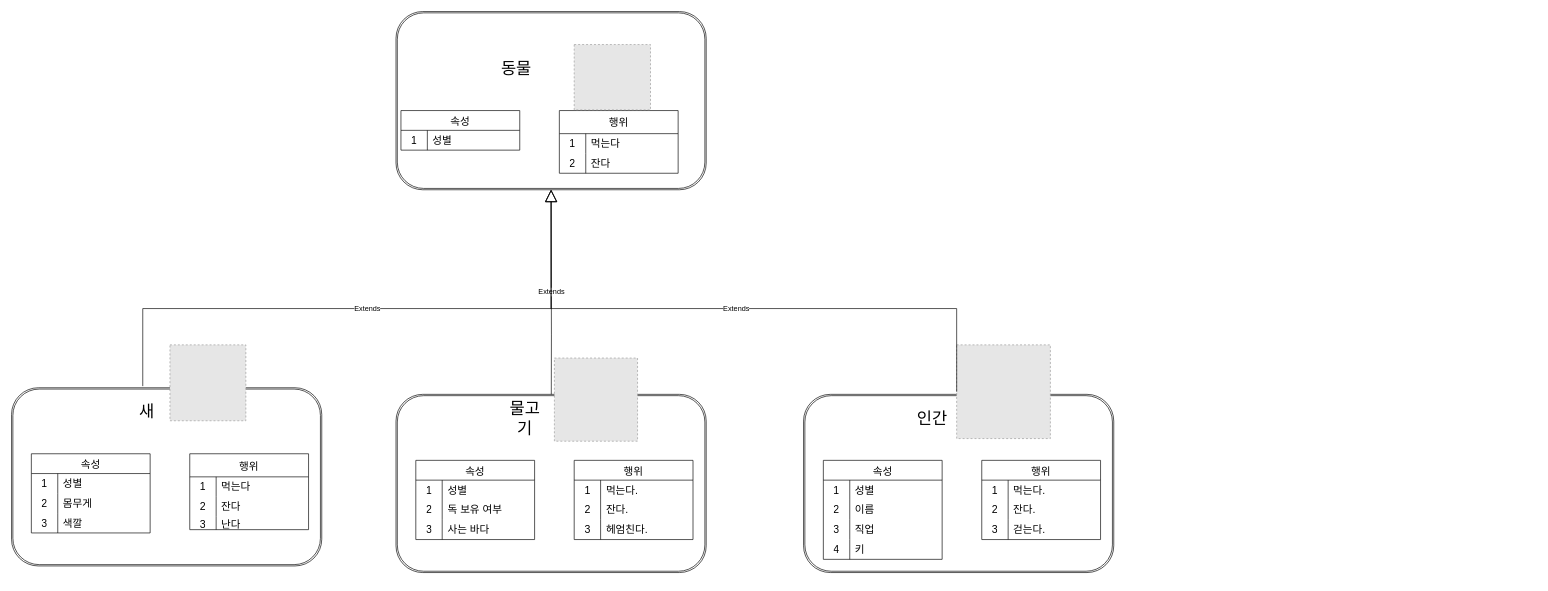
Biewoom/SuperCodingText keeps this draw.io diagram as page "Page-1" (1 of 6) of Untitled Diagram.drawio. Above is the earlier version. Source tidied: cells renumbered, new cells numbered last; positions are measured from the earlier drawing's top-left corner, leaving out a move shared by most shapes. Both pictures are drawn from the tidied source at 66%, with x=0, y=0 at pixel (11, 11). Pictures stored in the file or linked from it are replaced by grey dashed boxes.
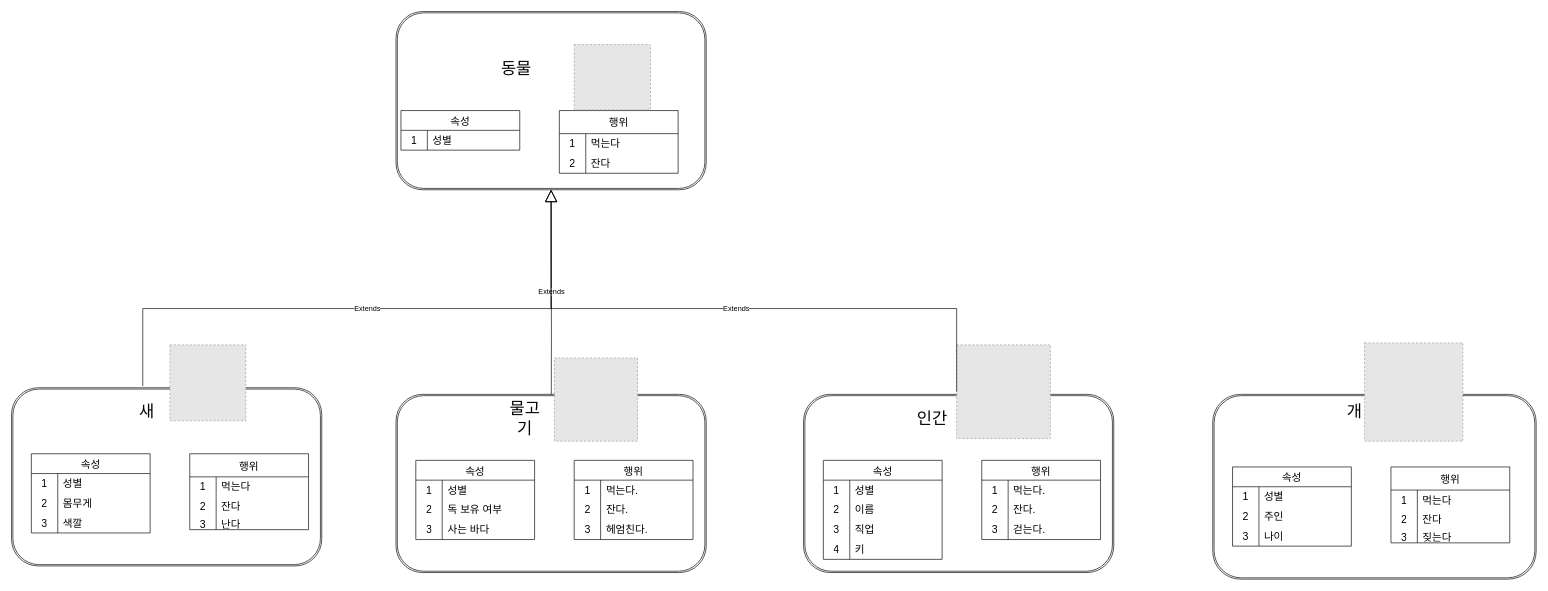
Above is the later version.

Change to the diagram source:
```diff
@@
+    <mxCell id="91" style="shape=ext;double=1;rounded=1;whiteSpace=wrap;html=1;" parent="1" vertex="1">
+      <mxGeometry x="1820" y="580" width="490" height="280" as="geometry" />
+    </mxCell>
+    <mxCell id="92" value="속성" style="shape=table;startSize=30;childLayout=tableLayout;rowLines=0;fontStyle=0;strokeColor=default;fontSize=16;" parent="1" vertex="1">
+      <mxGeometry x="1850" y="690" width="180" height="120" as="geometry" />
+    </mxCell>
+    <mxCell id="93" style="shape=tableRow;horizontal=0;startSize=0;swimlaneHead=0;swimlaneBody=0;top=0;left=0;bottom=0;right=0;fillColor=none;strokeColor=inherit;fontSize=16;" parent="92" vertex="1">
+      <mxGeometry y="30" width="180" height="30" as="geometry" />
+    </mxCell>
+    <mxCell id="94" value="1" style="shape=partialRectangle;html=1;whiteSpace=wrap;fillColor=none;top=0;left=0;bottom=0;right=0;overflow=hidden;strokeColor=inherit;fontSize=16;" parent="93" vertex="1">
+      <mxGeometry width="40" height="30" as="geometry" />
+    </mxCell>
+    <mxCell id="95" value="성별" style="shape=partialRectangle;html=1;whiteSpace=wrap;fillColor=none;top=0;left=0;bottom=0;right=0;align=left;spacingLeft=6;overflow=hidden;strokeColor=inherit;fontSize=16;" parent="93" vertex="1">
+      <mxGeometry x="40" width="140" height="30" as="geometry" />
+    </mxCell>
+    <mxCell id="96" style="shape=tableRow;horizontal=0;startSize=0;swimlaneHead=0;swimlaneBody=0;top=0;left=0;bottom=0;right=0;fillColor=none;strokeColor=inherit;fontSize=16;" parent="92" vertex="1">
+      <mxGeometry y="60" width="180" height="30" as="geometry" />
+    </mxCell>
+    <mxCell id="97" value="2" style="shape=partialRectangle;html=1;whiteSpace=wrap;fillColor=none;top=0;left=0;bottom=0;right=0;overflow=hidden;strokeColor=inherit;fontSize=16;" parent="96" vertex="1">
+      <mxGeometry width="40" height="30" as="geometry" />
+    </mxCell>
+    <mxCell id="98" value="주인" style="shape=partialRectangle;html=1;whiteSpace=wrap;fillColor=none;top=0;left=0;bottom=0;right=0;align=left;spacingLeft=6;overflow=hidden;strokeColor=inherit;fontSize=16;" parent="96" vertex="1">
+      <mxGeometry x="40" width="140" height="30" as="geometry" />
+    </mxCell>
+    <mxCell id="99" style="shape=tableRow;horizontal=0;startSize=0;swimlaneHead=0;swimlaneBody=0;top=0;left=0;bottom=0;right=0;fillColor=none;strokeColor=inherit;fontSize=16;" parent="92" vertex="1">
+      <mxGeometry y="90" width="180" height="30" as="geometry" />
+    </mxCell>
+    <mxCell id="100" value="3" style="shape=partialRectangle;html=1;whiteSpace=wrap;fillColor=none;top=0;left=0;bottom=0;right=0;overflow=hidden;strokeColor=inherit;fontSize=16;" parent="99" vertex="1">
+      <mxGeometry width="40" height="30" as="geometry" />
+    </mxCell>
+    <mxCell id="101" value="나이" style="shape=partialRectangle;html=1;whiteSpace=wrap;fillColor=none;top=0;left=0;bottom=0;right=0;align=left;spacingLeft=6;overflow=hidden;strokeColor=inherit;fontSize=16;" parent="99" vertex="1">
+      <mxGeometry x="40" width="140" height="30" as="geometry" />
+    </mxCell>
+    <mxCell id="102" value="개" style="text;html=1;strokeColor=none;fillColor=none;align=center;verticalAlign=middle;whiteSpace=wrap;rounded=0;fontSize=25;" parent="1" vertex="1">
+      <mxGeometry x="2010" y="590" width="50" height="30" as="geometry" />
+    </mxCell>
+    <mxCell id="103" value="행위" style="shape=table;startSize=35;childLayout=tableLayout;rowLines=0;fontStyle=0;strokeColor=default;fontSize=16;" parent="1" vertex="1">
+      <mxGeometry x="2090" y="690" width="180" height="115" as="geometry" />
+    </mxCell>
+    <mxCell id="104" style="shape=tableRow;horizontal=0;startSize=0;swimlaneHead=0;swimlaneBody=0;top=0;left=0;bottom=0;right=0;fillColor=none;strokeColor=inherit;fontSize=16;" parent="103" vertex="1">
+      <mxGeometry y="35" width="180" height="30" as="geometry" />
+    </mxCell>
+    <mxCell id="105" value="1" style="shape=partialRectangle;html=1;whiteSpace=wrap;fillColor=none;top=0;left=0;bottom=0;right=0;overflow=hidden;strokeColor=inherit;fontSize=16;" parent="104" vertex="1">
+      <mxGeometry width="40" height="30" as="geometry" />
+    </mxCell>
+    <mxCell id="106" value="먹는다" style="shape=partialRectangle;html=1;whiteSpace=wrap;fillColor=none;top=0;left=0;bottom=0;right=0;align=left;spacingLeft=6;overflow=hidden;strokeColor=inherit;fontSize=16;" parent="104" vertex="1">
+      <mxGeometry x="40" width="140" height="30" as="geometry" />
+    </mxCell>
+    <mxCell id="107" style="shape=tableRow;horizontal=0;startSize=0;swimlaneHead=0;swimlaneBody=0;top=0;left=0;bottom=0;right=0;fillColor=none;strokeColor=inherit;fontSize=16;" parent="103" vertex="1">
+      <mxGeometry y="65" width="180" height="30" as="geometry" />
+    </mxCell>
+    <mxCell id="108" value="2" style="shape=partialRectangle;html=1;whiteSpace=wrap;fillColor=none;top=0;left=0;bottom=0;right=0;overflow=hidden;strokeColor=inherit;fontSize=16;" parent="107" vertex="1">
+      <mxGeometry width="40" height="30" as="geometry" />
+    </mxCell>
+    <mxCell id="109" value="잔다" style="shape=partialRectangle;html=1;whiteSpace=wrap;fillColor=none;top=0;left=0;bottom=0;right=0;align=left;spacingLeft=6;overflow=hidden;strokeColor=inherit;fontSize=16;" parent="107" vertex="1">
+      <mxGeometry x="40" width="140" height="30" as="geometry" />
+    </mxCell>
+    <mxCell id="110" style="shape=tableRow;horizontal=0;startSize=0;swimlaneHead=0;swimlaneBody=0;top=0;left=0;bottom=0;right=0;fillColor=none;strokeColor=inherit;fontSize=16;" parent="103" vertex="1">
+      <mxGeometry y="95" width="180" height="20" as="geometry" />
+    </mxCell>
+    <mxCell id="111" value="3" style="shape=partialRectangle;html=1;whiteSpace=wrap;fillColor=none;top=0;left=0;bottom=0;right=0;overflow=hidden;strokeColor=inherit;fontSize=16;" parent="110" vertex="1">
+      <mxGeometry width="40" height="20" as="geometry" />
+    </mxCell>
+    <mxCell id="112" value="짖는다" style="shape=partialRectangle;html=1;whiteSpace=wrap;fillColor=none;top=0;left=0;bottom=0;right=0;align=left;spacingLeft=6;overflow=hidden;strokeColor=inherit;fontSize=16;" parent="110" vertex="1">
+      <mxGeometry x="40" width="140" height="20" as="geometry" />
+    </mxCell>
+    <mxCell id="113" style="fillColor=#E6E6E6;strokeColor=#999999;dashed=1;verticalLabelPosition=bottom;labelBackgroundColor=default;verticalAlign=top;" parent="1" vertex="1">
+      <mxGeometry x="2050" y="502" width="149" height="149" as="geometry" />
+    </mxCell>
```
